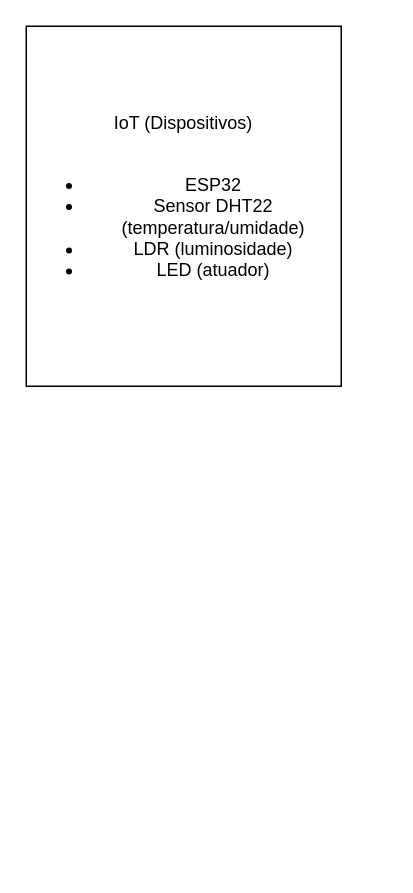
The draw.io diagram Diagrama sem nome.drawio in Guiitens2005/Sprint3_Edge, before the edit. Source tidied: cells renumbered, new cells numbered last; positions are measured from the earlier drawing's top-left corner, leaving out a move shared by most shapes. Both pictures are drawn from the tidied source at 150%, with x=0, y=0 at pixel (26, 26).
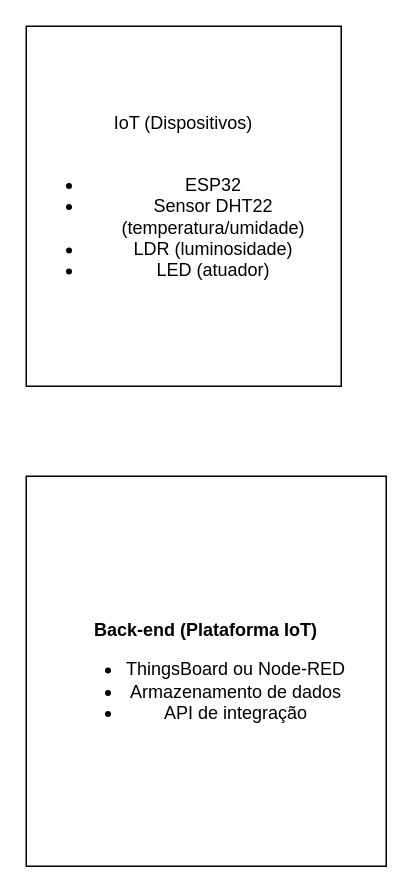
After the change.

What changed in the source:
```diff
@@
 <mxGraphModel>
   <root>
     <mxCell id="0" />
     <mxCell id="1" parent="0" />
     <mxCell id="2" value="&lt;span style=&quot;background-color: transparent; color: light-dark(rgb(0, 0, 0), rgb(255, 255, 255));&quot;&gt;IoT (Dispositivos)&lt;/span&gt;&lt;div&gt;&lt;span style=&quot;background-color: transparent; color: light-dark(rgb(0, 0, 0), rgb(255, 255, 255));&quot;&gt;&lt;br&gt;&lt;/span&gt;&lt;/div&gt;&lt;div&gt;&lt;ul&gt;&lt;li&gt;&lt;span style=&quot;background-color: transparent; color: light-dark(rgb(0, 0, 0), rgb(255, 255, 255));&quot;&gt;ESP32&lt;/span&gt;&lt;/li&gt;&lt;li&gt;&lt;span style=&quot;background-color: transparent; color: light-dark(rgb(0, 0, 0), rgb(255, 255, 255));&quot;&gt;Sensor DHT22 (temperatura/umidade)&lt;/span&gt;&lt;/li&gt;&lt;li&gt;&lt;span style=&quot;background-color: transparent; color: light-dark(rgb(0, 0, 0), rgb(255, 255, 255));&quot;&gt;LDR (luminosidade)&lt;/span&gt;&lt;/li&gt;&lt;li&gt;&lt;span style=&quot;background-color: transparent; color: light-dark(rgb(0, 0, 0), rgb(255, 255, 255));&quot;&gt;LED (atuador)&lt;/span&gt;&lt;/li&gt;&lt;/ul&gt;&lt;/div&gt;" style="rounded=0;whiteSpace=wrap;html=1;align=center;" parent="1" vertex="1">
       <mxGeometry width="210" height="240" as="geometry" />
     </mxCell>
+    <mxCell id="3" value="&lt;p class=&quot;&quot;&gt;&lt;strong&gt;Back-end (Plataforma IoT)&lt;/strong&gt;&lt;/p&gt;&lt;p class=&quot;&quot;&gt;&lt;/p&gt;&lt;ul&gt;&lt;li&gt;&lt;span style=&quot;background-color: transparent; color: light-dark(rgb(0, 0, 0), rgb(255, 255, 255));&quot;&gt;ThingsBoard ou Node-RED&lt;/span&gt;&lt;/li&gt;&lt;li&gt;&lt;span style=&quot;background-color: transparent; color: light-dark(rgb(0, 0, 0), rgb(255, 255, 255));&quot;&gt;Armazenamento de dados&lt;/span&gt;&lt;/li&gt;&lt;li&gt;&lt;span style=&quot;background-color: transparent; color: light-dark(rgb(0, 0, 0), rgb(255, 255, 255));&quot;&gt;API de integração&lt;/span&gt;&lt;/li&gt;&lt;/ul&gt;&lt;p&gt;&lt;/p&gt;" style="rounded=0;whiteSpace=wrap;html=1;" parent="1" vertex="1">
+      <mxGeometry y="300" width="240" height="260" as="geometry" />
+    </mxCell>
   </root>
 </mxGraphModel>
```
